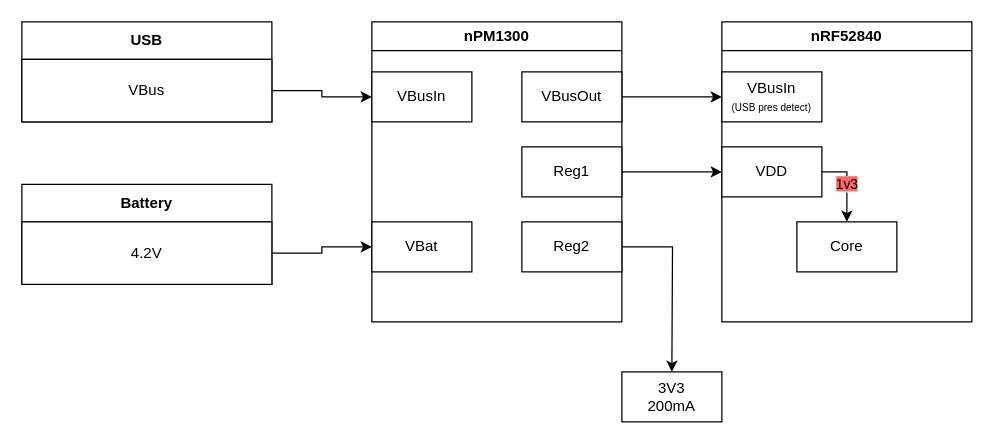
This is Hardware/PSoM_nRF52840/PSoM_nRF52840_00/Doc/Power diagram comparaison.drawio from PumaFPV/PSoM, a draw.io file, before an edit. Source tidied: cells renumbered, new cells numbered last; positions are measured from the earlier drawing's top-left corner, leaving out a move shared by most shapes. Both pictures are drawn from the tidied source at 125%, with x=0, y=0 at pixel (21, 21).
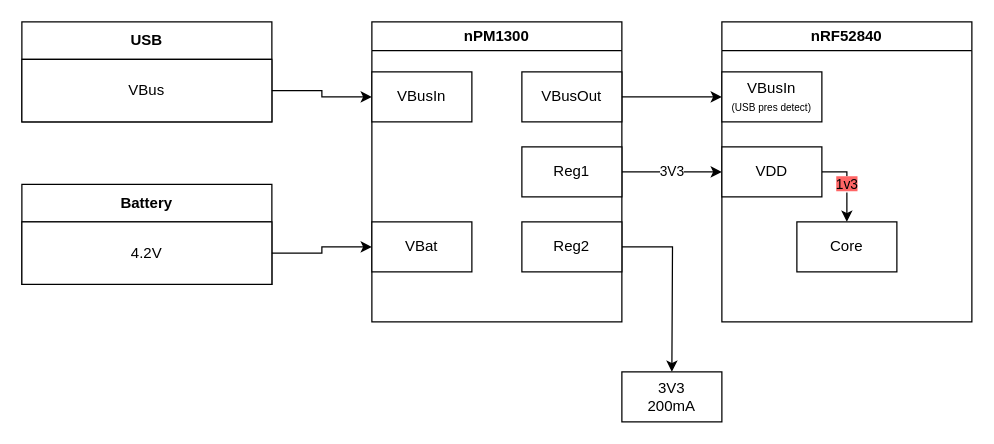
The same diagram, later.

The change refers to these unchanged cells:
```xml
<mxCell id="5" value="nPM1300" style="swimlane;whiteSpace=wrap;html=1;" parent="1" vertex="1">
  <mxGeometry x="280" width="200" height="240" as="geometry" />
</mxCell>
<mxCell id="12" value="nRF52840" style="swimlane;whiteSpace=wrap;html=1;" parent="1" vertex="1">
  <mxGeometry x="560" width="200" height="240" as="geometry" />
</mxCell>
```

Diff of the diagram source:
```diff
@@
-    <mxCell id="4" style="edgeStyle=orthogonalEdgeStyle;rounded=0;jettySize=auto;html=1;exitX=1;exitY=0.5;exitDx=0;exitDy=0;entryX=0;entryY=0.5;entryDx=0;entryDy=0;" parent="1" edge="1" source="5" target="12">
+    <mxCell id="4" value="3V3" style="edgeStyle=orthogonalEdgeStyle;rounded=0;jettySize=auto;html=1;exitX=1;exitY=0.5;exitDx=0;exitDy=0;entryX=0;entryY=0.5;entryDx=0;entryDy=0;" parent="1" edge="1" source="5" target="12">
       <mxGeometry relative="1" as="geometry" />
     </mxCell>
```
